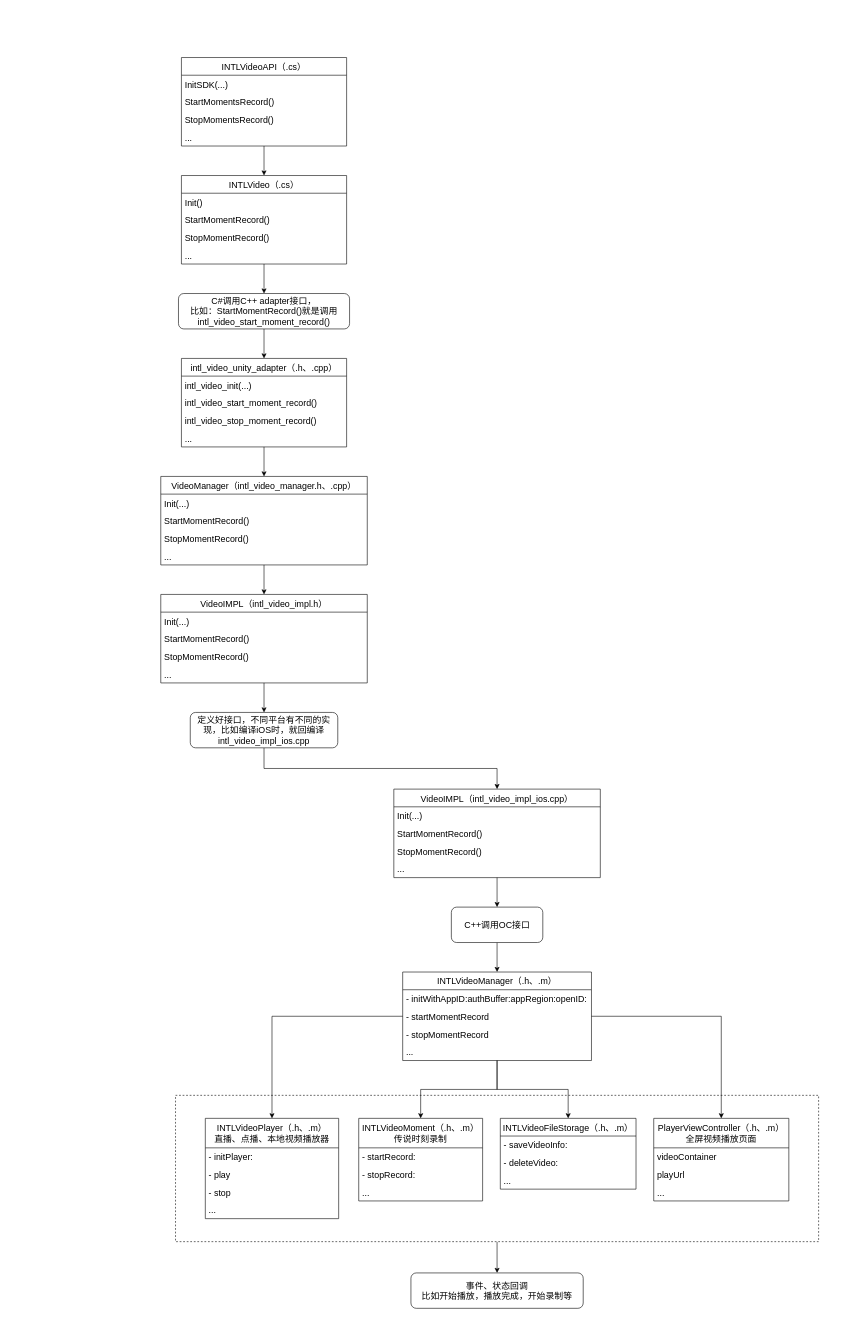
Before: INTLVideo.drawio in star-j/Flowchart, a draw.io diagram. Source tidied: cells renumbered, new cells numbered last; positions are measured from the earlier drawing's top-left corner, leaving out a move shared by most shapes. Both pictures are drawn from the tidied source at 59%, with x=0, y=0 at pixel (160, 57).
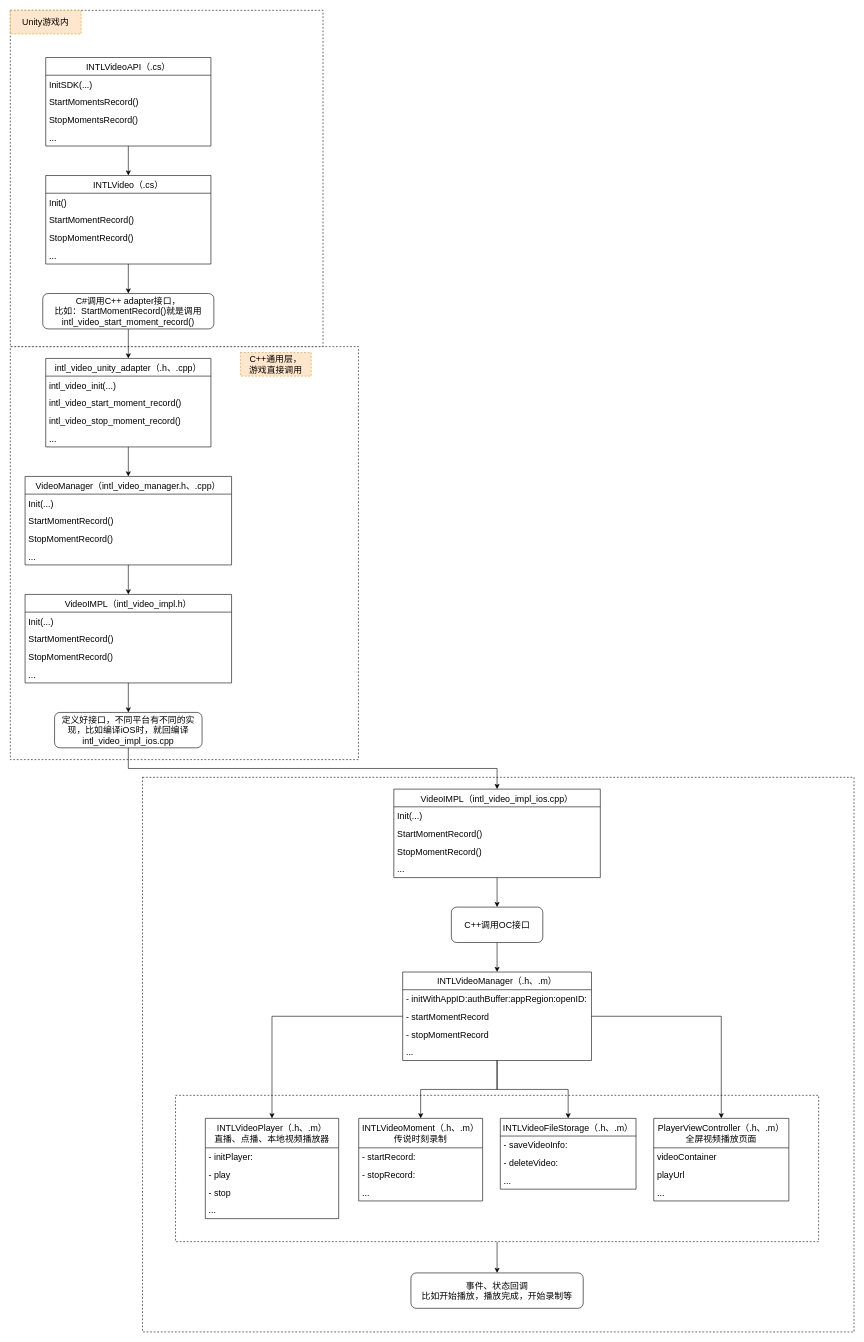
After the change.

The edit, as a diff of the source:
```diff
@@
+    <mxCell id="73" style="rounded=0;whiteSpace=wrap;html=1;dashed=1;fontSize=15;" parent="1" vertex="1">
+      <mxGeometry x="-31" y="1220" width="1206" height="940" as="geometry" />
+    </mxCell>
+    <mxCell id="74" style="rounded=0;whiteSpace=wrap;html=1;dashed=1;fontSize=15;" parent="1" vertex="1">
+      <mxGeometry x="-255" y="490" width="590" height="700" as="geometry" />
+    </mxCell>
+    <mxCell id="75" style="rounded=0;whiteSpace=wrap;html=1;dashed=1;" parent="1" vertex="1">
+      <mxGeometry x="-255" y="-80" width="530" height="570" as="geometry" />
+    </mxCell>
@@
     <mxCell id="5" value="INTLVideoAPI（.cs）" style="swimlane;fontStyle=0;horizontal=1;startSize=30;fontSize=15;" parent="1" vertex="1">
-      <mxGeometry x="35" width="280" height="150" as="geometry" />
+      <mxGeometry x="-195" width="280" height="150" as="geometry" />
     </mxCell>
@@
     <mxCell id="11" value="INTLVideo（.cs）" style="swimlane;fontStyle=0;horizontal=1;startSize=30;fontSize=15;" parent="1" vertex="1">
-      <mxGeometry x="35" y="200" width="280" height="150" as="geometry" />
+      <mxGeometry x="-195" y="200" width="280" height="150" as="geometry" />
     </mxCell>
@@
     <mxCell id="17" value="intl_video_unity_adapter（.h、.cpp）" style="swimlane;fontStyle=0;horizontal=1;startSize=30;fontSize=15;" parent="1" vertex="1">
-      <mxGeometry x="35" y="510" width="280" height="150" as="geometry" />
+      <mxGeometry x="-195" y="510" width="280" height="150" as="geometry" />
     </mxCell>
@@
     <mxCell id="23" value="&lt;span&gt;C#调用C++ adapter接口，&lt;/span&gt;&lt;br&gt;&lt;span&gt;比如：&lt;/span&gt;&lt;span style=&quot;text-align: left&quot;&gt;StartMomentRecord()就是调用&lt;/span&gt;&lt;span&gt;&lt;br&gt;intl_video_start_moment_record()&lt;/span&gt;" style="rounded=1;whiteSpace=wrap;html=1;fontSize=15;" parent="1" vertex="1">
-      <mxGeometry x="30" y="400" width="290" height="60" as="geometry" />
+      <mxGeometry x="-200" y="400" width="290" height="60" as="geometry" />
     </mxCell>
@@
     <mxCell id="25" value="VideoManager（intl_video_manager.h、.cpp）" style="swimlane;fontStyle=0;horizontal=1;startSize=30;fontSize=15;" parent="1" vertex="1">
-      <mxGeometry y="710" width="350" height="150" as="geometry" />
+      <mxGeometry x="-230" y="710" width="350" height="150" as="geometry" />
     </mxCell>
@@
     <mxCell id="31" value="VideoIMPL（intl_video_impl.h）" style="swimlane;fontStyle=0;horizontal=1;startSize=30;fontSize=15;" parent="1" vertex="1">
-      <mxGeometry y="910" width="350" height="150" as="geometry" />
+      <mxGeometry x="-230" y="910" width="350" height="150" as="geometry" />
     </mxCell>
@@
     <mxCell id="37" value="&lt;span&gt;定义好接口，不同平台有不同的实现，比如编译iOS时，就回编译intl_video_impl_ios.cpp&lt;/span&gt;" style="rounded=1;whiteSpace=wrap;html=1;fontSize=15;fontStyle=0;startSize=30;" parent="1" vertex="1">
-      <mxGeometry x="50" y="1110" width="250" height="60" as="geometry" />
+      <mxGeometry x="-180" y="1110" width="250" height="60" as="geometry" />
     </mxCell>
@@
+    <mxCell id="76" value="Unity游戏内" style="text;html=1;strokeColor=#d79b00;fillColor=#ffe6cc;align=center;verticalAlign=middle;whiteSpace=wrap;rounded=0;dashed=1;fontSize=15;" parent="1" vertex="1">
+      <mxGeometry x="-255" y="-80" width="120" height="40" as="geometry" />
+    </mxCell>
+    <mxCell id="77" value="C++通用层，&lt;br&gt;游戏直接调用" style="text;html=1;strokeColor=#d79b00;fillColor=#ffe6cc;align=center;verticalAlign=middle;whiteSpace=wrap;rounded=0;dashed=1;fontSize=15;" parent="1" vertex="1">
+      <mxGeometry x="135" y="500" width="120" height="40" as="geometry" />
+    </mxCell>
```
